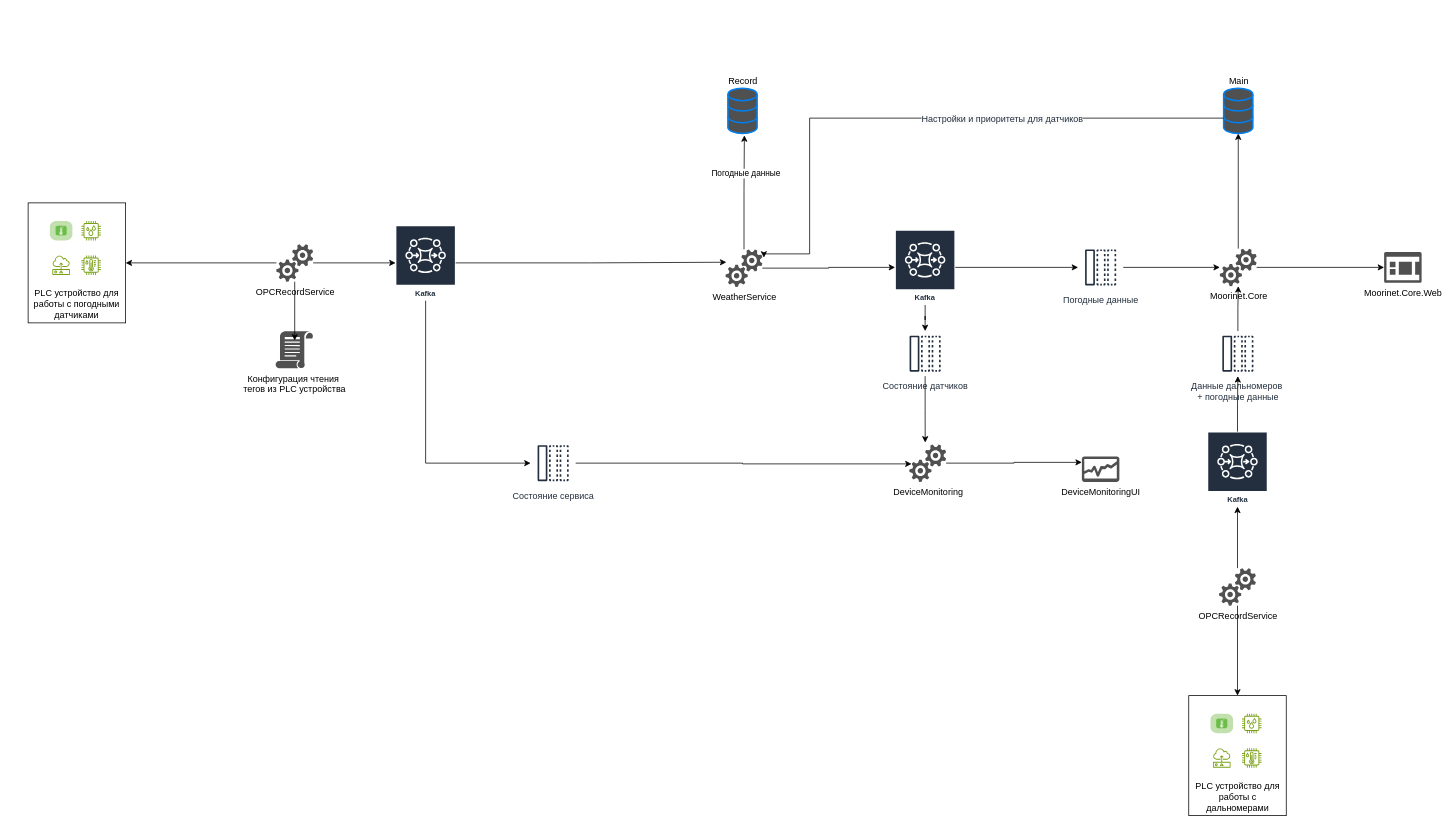
Above: page "Погода" (12 of 13) of MoorINet.drawio in aaf1974/ProjectDiagram (draw.io), before the change. Source tidied: cells renumbered, new cells numbered last; positions are measured from the earlier drawing's top-left corner, leaving out a move shared by most shapes. Both pictures are drawn from the tidied source at 75%, with x=0, y=0 at pixel (28, 88).
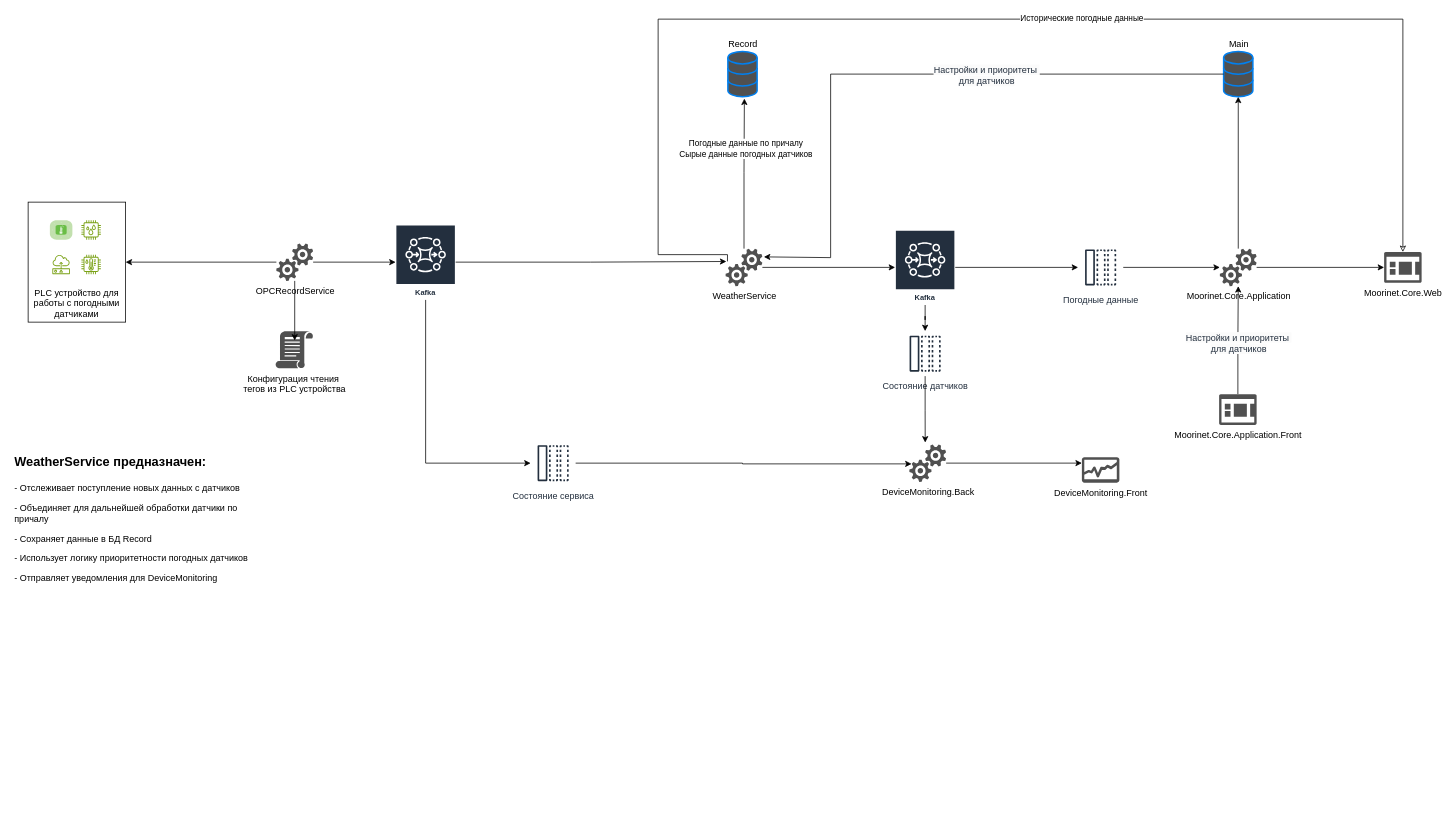
The same diagram, later.

The change refers to these unchanged cells:
```xml
<mxCell id="13" value="Moorinet.Core.Web" style="sketch=0;shadow=0;dashed=0;html=1;strokeColor=none;labelPosition=center;verticalLabelPosition=bottom;verticalAlign=top;align=center;fillColor=#505050;shape=mxgraph.mscae.oms.overview;" parent="1" vertex="1">
  <mxGeometry x="1808" y="218.5" width="50" height="41" as="geometry" />
</mxCell>
<mxCell id="24" style="edgeStyle=orthogonalEdgeStyle;rounded=0;jettySize=auto;html=1;entryX=0.564;entryY=1.04;entryDx=0;entryDy=0;entryPerimeter=0;" parent="1" edge="1" source="16" target="23">
  <mxGeometry relative="1" as="geometry" />
</mxCell>
```

Diff of the diagram source:
```diff
@@
     <mxCell id="2" style="group;" parent="1" vertex="1">
-      <mxGeometry y="153" width="130" height="160" as="geometry" />
+      <mxGeometry y="152" width="130" height="160" as="geometry" />
     </mxCell>
@@
     <mxCell id="11" value="OPCRecordService" style="sketch=0;shadow=0;dashed=0;html=1;strokeColor=none;labelPosition=center;verticalLabelPosition=bottom;verticalAlign=top;align=center;fillColor=#505050;shape=mxgraph.mscae.oms.services;" parent="1" vertex="1">
-      <mxGeometry x="331" y="208" width="49" height="50" as="geometry" />
+      <mxGeometry x="331" y="207" width="49" height="50" as="geometry" />
     </mxCell>
-    <mxCell id="12" value="DeviceMonitoringUI" style="sketch=0;shadow=0;dashed=0;html=1;strokeColor=none;labelPosition=center;verticalLabelPosition=bottom;verticalAlign=top;align=center;fillColor=#505050;shape=mxgraph.mscae.oms.diagnostics;" parent="1" vertex="1">
-      <mxGeometry x="1405" y="491" width="50" height="34" as="geometry" />
+    <mxCell id="12" value="DeviceMonitoring.Front" style="sketch=0;shadow=0;dashed=0;html=1;strokeColor=none;labelPosition=center;verticalLabelPosition=bottom;verticalAlign=top;align=center;fillColor=#505050;shape=mxgraph.mscae.oms.diagnostics;" parent="1" vertex="1">
+      <mxGeometry x="1405" y="492" width="50" height="34" as="geometry" />
     </mxCell>
@@
     <mxCell id="16" value="WeatherService" style="sketch=0;shadow=0;dashed=0;html=1;strokeColor=none;labelPosition=center;verticalLabelPosition=bottom;verticalAlign=top;align=center;fillColor=#505050;shape=mxgraph.mscae.oms.services;" parent="1" vertex="1">
-      <mxGeometry x="930" y="215" width="49" height="50" as="geometry" />
+      <mxGeometry x="930" y="214" width="49" height="50" as="geometry" />
     </mxCell>
@@
-    <mxCell id="18" value="DeviceMonitoring" style="sketch=0;shadow=0;dashed=0;html=1;strokeColor=none;labelPosition=center;verticalLabelPosition=bottom;verticalAlign=top;align=center;fillColor=#505050;shape=mxgraph.mscae.oms.services;" parent="1" vertex="1">
+    <mxCell id="18" value="DeviceMonitoring.Back" style="sketch=0;shadow=0;dashed=0;html=1;strokeColor=none;labelPosition=center;verticalLabelPosition=bottom;verticalAlign=top;align=center;fillColor=#505050;shape=mxgraph.mscae.oms.services;" parent="1" vertex="1">
       <mxGeometry x="1175" y="475" width="49" height="50" as="geometry" />
     </mxCell>
@@
-    <mxCell id="20" value="Moorinet.Core" style="sketch=0;shadow=0;dashed=0;html=1;strokeColor=none;labelPosition=center;verticalLabelPosition=bottom;verticalAlign=top;align=center;fillColor=#505050;shape=mxgraph.mscae.oms.services;" parent="1" vertex="1">
+    <mxCell id="20" value="Moorinet.Core.Application" style="sketch=0;shadow=0;dashed=0;html=1;strokeColor=none;labelPosition=center;verticalLabelPosition=bottom;verticalAlign=top;align=center;fillColor=#505050;shape=mxgraph.mscae.oms.services;" parent="1" vertex="1">
       <mxGeometry x="1589" y="214" width="49" height="50" as="geometry" />
     </mxCell>
@@
     <mxCell id="23" value="Record" style="html=1;verticalLabelPosition=top;align=center;labelBackgroundColor=#ffffff;verticalAlign=bottom;strokeWidth=2;strokeColor=#0080F0;shadow=0;dashed=0;shape=mxgraph.ios7.icons.data;sketch=0;fontFamily=Helvetica;fontSize=12;fontColor=default;fillColor=#505050;labelPosition=center;" parent="1" vertex="1">
-      <mxGeometry x="933" width="39" height="60.5" as="geometry" />
+      <mxGeometry x="933" y="-49" width="39" height="60.5" as="geometry" />
     </mxCell>
@@
-    <mxCell id="25" value="Погодные данные" style="edgeLabel;html=1;align=center;verticalAlign=middle;" parent="24" vertex="1">
+    <mxCell id="25" value="Погодные данные по причалу&lt;div&gt;Сырые данные погодных датчиков&lt;/div&gt;" style="edgeLabel;html=1;align=center;verticalAlign=middle;" parent="24" vertex="1">
       <mxGeometry x="0.35" y="-2" relative="1" as="geometry">
         <mxPoint y="1" as="offset" />
       </mxGeometry>
     </mxCell>
     <mxCell id="26" value="Main" style="html=1;verticalLabelPosition=top;align=center;labelBackgroundColor=#ffffff;verticalAlign=bottom;strokeWidth=2;strokeColor=#0080F0;shadow=0;dashed=0;shape=mxgraph.ios7.icons.data;sketch=0;fontFamily=Helvetica;fontSize=12;fontColor=default;fillColor=#505050;labelPosition=center;" parent="1" vertex="1">
-      <mxGeometry x="1594" width="39" height="60.5" as="geometry" />
+      <mxGeometry x="1594" y="-49" width="39" height="60.5" as="geometry" />
     </mxCell>
     <mxCell id="27" style="edgeStyle=orthogonalEdgeStyle;rounded=0;jettySize=auto;html=1;entryX=1.041;entryY=0.22;entryDx=0;entryDy=0;entryPerimeter=0;" parent="1" edge="1" source="26" target="16">
       <mxGeometry relative="1" as="geometry">
         <Array as="points">
-          <mxPoint x="1042" y="40" />
-          <mxPoint x="1042" y="221" />
+          <mxPoint x="1070" y="-19" />
+          <mxPoint x="1070" y="226" />
         </Array>
       </mxGeometry>
     </mxCell>
-    <mxCell id="28" value="&lt;span style=&quot;color: rgb(35, 47, 62); font-size: 12px; background-color: rgb(251, 251, 251);&quot;&gt;Настройки и приоритеты для датчиков&lt;/span&gt;" style="edgeLabel;html=1;align=center;verticalAlign=middle;" parent="27" vertex="1">
+    <mxCell id="28" value="&lt;span style=&quot;color: rgb(35, 47, 62); font-size: 12px; background-color: rgb(251, 251, 251);&quot;&gt;Настройки и приоритеты&amp;nbsp;&lt;/span&gt;&lt;div&gt;&lt;span style=&quot;color: rgb(35, 47, 62); font-size: 12px; background-color: rgb(251, 251, 251);&quot;&gt;для датчиков&lt;/span&gt;&lt;/div&gt;" style="edgeLabel;html=1;align=center;verticalAlign=middle;" parent="27" vertex="1">
       <mxGeometry x="-0.26" y="1" relative="1" as="geometry" />
     </mxCell>
@@
     <mxCell id="31" value="Kafka" style="sketch=0;outlineConnect=0;fontColor=#232F3E;gradientColor=none;strokeColor=#ffffff;fillColor=#232F3E;dashed=0;verticalLabelPosition=middle;verticalAlign=bottom;align=center;html=1;whiteSpace=wrap;fontSize=10;fontStyle=1;spacing=3;shape=mxgraph.aws4.productIcon;prIcon=mxgraph.aws4.mq;" parent="1" vertex="1">
-      <mxGeometry x="490" y="183" width="80" height="100" as="geometry" />
+      <mxGeometry x="490" y="182" width="80" height="100" as="geometry" />
     </mxCell>
@@
-    <mxCell id="41" style="group;" parent="1" vertex="1">
-      <mxGeometry x="1547.5" y="810" width="130" height="160" as="geometry" />
-    </mxCell>
-    <mxCell id="42" style="rounded=0;whiteSpace=wrap;html=1;" parent="41" vertex="1">
-      <mxGeometry width="130" height="160" as="geometry" />
-    </mxCell>
-    <mxCell id="43" style="sketch=0;fontColor=#232F3E;gradientColor=none;fillColor=#7AA116;strokeColor=none;dashed=0;verticalLabelPosition=bottom;verticalAlign=top;align=center;html=1;fontSize=12;fontStyle=0;shape=mxgraph.aws4.sensor;" parent="41" vertex="1">
-      <mxGeometry x="29" y="70" width="30" height="26" as="geometry" />
-    </mxCell>
-    <mxCell id="44" style="sketch=0;fontColor=#232F3E;gradientColor=none;fillColor=#7AA116;strokeColor=none;dashed=0;verticalLabelPosition=bottom;verticalAlign=top;align=center;html=1;fontSize=12;fontStyle=0;shape=mxgraph.aws4.iot_thing_humidity_sensor;" parent="41" vertex="1">
-      <mxGeometry x="69" y="24" width="30" height="26" as="geometry" />
-    </mxCell>
-    <mxCell id="45" style="sketch=0;fontColor=#232F3E;gradientColor=none;fillColor=#7AA116;strokeColor=none;dashed=0;verticalLabelPosition=bottom;verticalAlign=top;align=center;html=1;fontSize=12;fontStyle=0;shape=mxgraph.aws4.iot_thing_temperature_humidity_sensor;" parent="41" vertex="1">
-      <mxGeometry x="69" y="70" width="30" height="26" as="geometry" />
-    </mxCell>
-    <mxCell id="46" style="verticalLabelPosition=bottom;sketch=0;html=1;fillColor=#6ABD46;strokeColor=#ffffff;verticalAlign=top;align=center;shape=mxgraph.cisco_safe.compositeIcon;bgIcon=mxgraph.cisco_safe.architecture.generic_appliance;resIcon=mxgraph.cisco_safe.architecture.sensor;" parent="41" vertex="1">
-      <mxGeometry x="29" y="24" width="30" height="26" as="geometry" />
-    </mxCell>
-    <mxCell id="47" value="PLC устройство для работы с дальномерами" style="text;html=1;align=center;verticalAlign=middle;whiteSpace=wrap;rounded=0;" parent="41" vertex="1">
-      <mxGeometry y="110" width="130" height="50" as="geometry" />
-    </mxCell>
-    <mxCell id="48" style="edgeStyle=orthogonalEdgeStyle;rounded=0;jettySize=auto;html=1;" parent="1" edge="1" source="54" target="20">
-      <mxGeometry relative="1" as="geometry" />
-    </mxCell>
-    <mxCell id="49" style="edgeStyle=orthogonalEdgeStyle;rounded=0;jettySize=auto;html=1;" parent="1" edge="1" source="50" target="42">
-      <mxGeometry relative="1" as="geometry" />
-    </mxCell>
-    <mxCell id="50" value="OPCRecordService" style="sketch=0;shadow=0;dashed=0;html=1;strokeColor=none;labelPosition=center;verticalLabelPosition=bottom;verticalAlign=top;align=center;fillColor=#505050;shape=mxgraph.mscae.oms.services;" parent="1" vertex="1">
-      <mxGeometry x="1588" y="640" width="49" height="50" as="geometry" />
-    </mxCell>
-    <mxCell id="51" style="edgeStyle=orthogonalEdgeStyle;rounded=0;jettySize=auto;html=1;" parent="1" edge="1" source="50" target="52">
-      <mxGeometry relative="1" as="geometry" />
-    </mxCell>
-    <mxCell id="52" value="Kafka" style="sketch=0;outlineConnect=0;fontColor=#232F3E;gradientColor=none;strokeColor=#ffffff;fillColor=#232F3E;dashed=0;verticalLabelPosition=middle;verticalAlign=bottom;align=center;html=1;whiteSpace=wrap;fontSize=10;fontStyle=1;spacing=3;shape=mxgraph.aws4.productIcon;prIcon=mxgraph.aws4.mq;" parent="1" vertex="1">
-      <mxGeometry x="1572.5" y="458" width="80" height="100" as="geometry" />
-    </mxCell>
-    <mxCell id="53" style="edgeStyle=orthogonalEdgeStyle;rounded=0;jettySize=auto;html=1;" parent="1" edge="1" source="52" target="54">
-      <mxGeometry relative="1" as="geometry" />
-    </mxCell>
-    <mxCell id="54" value="Данные дальномеров&amp;nbsp;&lt;div&gt;+ погодные данные&lt;/div&gt;" style="sketch=0;outlineConnect=0;fontColor=#232F3E;gradientColor=none;strokeColor=#232F3E;fillColor=#ffffff;dashed=0;verticalLabelPosition=bottom;verticalAlign=top;align=center;html=1;fontSize=12;fontStyle=0;shape=mxgraph.aws4.resourceIcon;resIcon=mxgraph.aws4.message;" parent="1" vertex="1">
-      <mxGeometry x="1583" y="324" width="60" height="60" as="geometry" />
-    </mxCell>
+    <mxCell id="55" style="edgeStyle=orthogonalEdgeStyle;rounded=0;jettySize=auto;html=1;entryX=0.05;entryY=0.34;entryDx=0;entryDy=0;entryPerimeter=0;startArrow=classic;startFill=0;endArrow=none;" parent="1" edge="1" source="13" target="16">
+      <mxGeometry relative="1" as="geometry">
+        <Array as="points">
+          <mxPoint x="1833" y="-92" />
+          <mxPoint x="840" y="-92" />
+          <mxPoint x="840" y="222" />
+          <mxPoint x="932" y="222" />
+        </Array>
+      </mxGeometry>
+    </mxCell>
+    <mxCell id="56" value="Исторические погодные данные" style="edgeLabel;html=1;align=center;verticalAlign=middle;" parent="55" vertex="1">
+      <mxGeometry x="-0.14" y="-2" relative="1" as="geometry" />
+    </mxCell>
+    <mxCell id="57" style="edgeStyle=orthogonalEdgeStyle;rounded=0;jettySize=auto;html=1;" parent="1" edge="1" source="59" target="20">
+      <mxGeometry relative="1" as="geometry" />
+    </mxCell>
+    <mxCell id="58" value="&lt;span style=&quot;color: rgb(35, 47, 62); font-size: 12px; background-color: rgb(251, 251, 251);&quot;&gt;Настройки и приоритеты&amp;nbsp;&lt;/span&gt;&lt;div&gt;&lt;span style=&quot;color: rgb(35, 47, 62); font-size: 12px; background-color: rgb(251, 251, 251);&quot;&gt;для датчиков&lt;/span&gt;&lt;/div&gt;" style="edgeLabel;html=1;align=center;verticalAlign=middle;" parent="57" vertex="1">
+      <mxGeometry x="-0.05" relative="1" as="geometry" />
+    </mxCell>
+    <mxCell id="59" value="Moorinet.Core.Application.Front" style="sketch=0;shadow=0;dashed=0;html=1;strokeColor=none;labelPosition=center;verticalLabelPosition=bottom;verticalAlign=top;align=center;fillColor=#505050;shape=mxgraph.mscae.oms.overview;" parent="1" vertex="1">
+      <mxGeometry x="1588" y="408" width="50" height="41" as="geometry" />
+    </mxCell>
+    <mxCell id="60" value="&lt;h1 style=&quot;margin-top: 0px;&quot;&gt;&lt;font style=&quot;font-size: 17px;&quot;&gt;WeatherService предназначен:&lt;/font&gt;&lt;/h1&gt;&lt;p&gt;- Отслеживает поступление новых данных с датчиков&lt;/p&gt;&lt;p&gt;&lt;span style=&quot;background-color: transparent; color: light-dark(rgb(0, 0, 0), rgb(255, 255, 255));&quot;&gt;- Объединяет для дальнейшей обработки датчики по причалу&lt;/span&gt;&lt;/p&gt;&lt;p&gt;- Сохраняет данные в БД Record&lt;span style=&quot;background-color: transparent; color: light-dark(rgb(0, 0, 0), rgb(255, 255, 255));&quot;&gt;&lt;/span&gt;&lt;/p&gt;&lt;p&gt;- Использует логику приоритетности погодных датчиков&lt;/p&gt;&lt;p&gt;- Отправляет уведомления для DeviceMonitoring&lt;/p&gt;&lt;p&gt;&lt;br&gt;&lt;/p&gt;" style="text;html=1;whiteSpace=wrap;overflow=hidden;rounded=0;" parent="1" vertex="1">
+      <mxGeometry x="-20" y="475" width="320" height="189" as="geometry" />
+    </mxCell>
```
